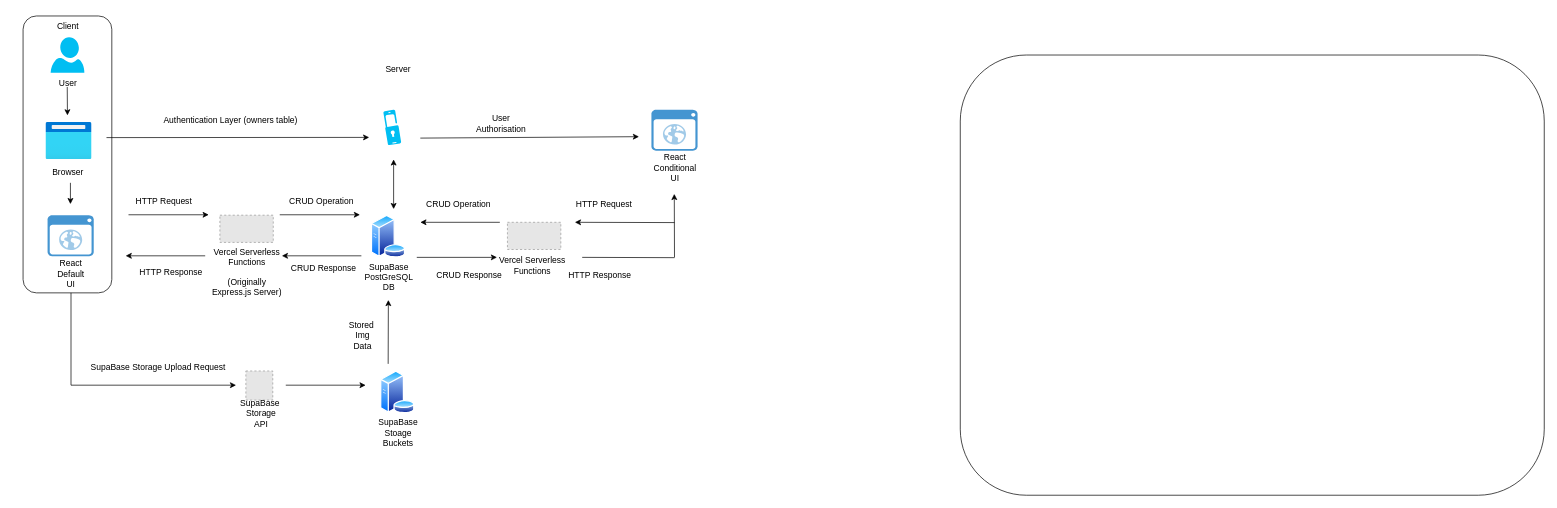
Before: plan/AppFlow.drawio in jacobfield/pawsome-walks, a draw.io diagram. Source tidied: cells renumbered, new cells numbered last; positions are measured from the earlier drawing's top-left corner, leaving out a move shared by most shapes. Both pictures are drawn from the tidied source at 71%, with x=0, y=0 at pixel (23, 16). Pictures stored in the file or linked from it are replaced by grey dashed boxes.
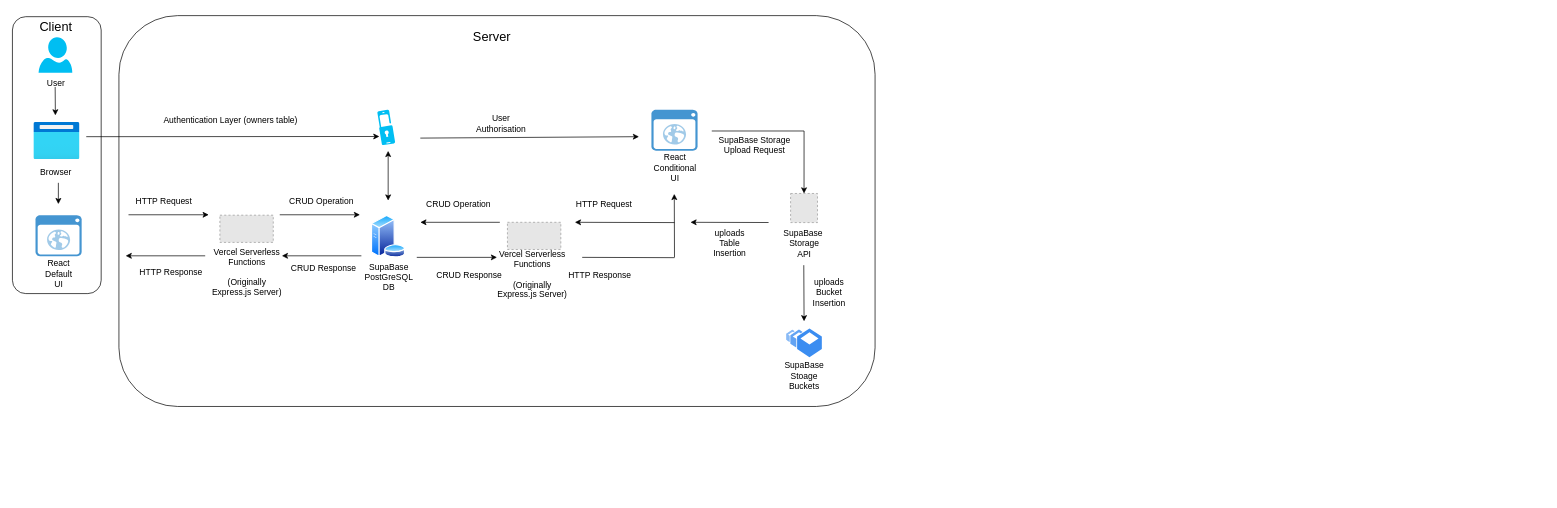
After the change.

Commit message (it also covers changes not shown here):
diagram finished?

Diff of the diagram source:
```diff
@@
     <mxCell id="2" style="rounded=1;whiteSpace=wrap;html=1;fillColor=none;" parent="1" vertex="1">
-      <mxGeometry x="1320" y="55" width="822.5" height="620" as="geometry" />
+      <mxGeometry x="135" y="-0.5" width="1065" height="550.5" as="geometry" />
     </mxCell>
-    <mxCell id="3" style="rounded=1;whiteSpace=wrap;html=1;fillColor=none;" parent="1" vertex="1">
-      <mxGeometry width="125" height="390" as="geometry" />
-    </mxCell>
@@
-    <mxCell id="7" style="endArrow=classic;html=1;" parent="1" edge="1">
-      <mxGeometry relative="1" as="geometry">
-        <mxPoint x="66.7" y="235" as="sourcePoint" />
-        <mxPoint x="66.7" y="265" as="targetPoint" />
-      </mxGeometry>
-    </mxCell>
@@
-    <mxCell id="14" value="Client" style="text;html=1;align=center;verticalAlign=middle;strokeColor=none;fillColor=none;" parent="1" vertex="1">
-      <mxGeometry x="37.5" width="50" height="30" as="geometry" />
-    </mxCell>
-    <mxCell id="15" style="verticalLabelPosition=bottom;html=1;verticalAlign=top;align=center;strokeColor=none;fillColor=#00BEF2;shape=mxgraph.azure.user;" parent="1" vertex="1">
-      <mxGeometry x="38.8" y="30" width="47.5" height="50" as="geometry" />
-    </mxCell>
-    <mxCell id="16" value="User" style="text;html=1;align=center;verticalAlign=middle;strokeColor=none;fillColor=none;" parent="1" vertex="1">
-      <mxGeometry x="37.5" y="80" width="50" height="30" as="geometry" />
-    </mxCell>
-    <mxCell id="17" style="endArrow=classic;html=1;" parent="1" edge="1">
-      <mxGeometry relative="1" as="geometry">
-        <mxPoint x="62.2" y="100" as="sourcePoint" />
-        <mxPoint x="62.5" y="140" as="targetPoint" />
-      </mxGeometry>
-    </mxCell>
@@
-    <mxCell id="21" style="shadow=0;dashed=0;html=1;strokeColor=none;fillColor=#4495D1;labelPosition=center;verticalLabelPosition=bottom;verticalAlign=top;align=center;shape=mxgraph.veeam.2d.web_ui;" parent="1" vertex="1">
-      <mxGeometry x="34.5" y="280.6" width="65" height="57.8" as="geometry" />
-    </mxCell>
-    <mxCell id="22" value="&lt;br&gt;React&lt;br&gt;Default&lt;br&gt;UI" style="text;html=1;align=center;verticalAlign=middle;strokeColor=none;fillColor=none;" parent="1" vertex="1">
-      <mxGeometry x="37" y="321" width="60" height="70" as="geometry" />
-    </mxCell>
-    <mxCell id="23" style="html=1;align=center;image;fontSize=12;image=img/lib/azure2/general/Browser.svg;" parent="1" vertex="1">
-      <mxGeometry x="32" y="150" width="65" height="52" as="geometry" />
-    </mxCell>
-    <mxCell id="24" value="Browser" style="text;html=1;align=center;verticalAlign=middle;strokeColor=none;fillColor=none;" parent="1" vertex="1">
-      <mxGeometry x="27.5" y="205" width="70" height="30" as="geometry" />
-    </mxCell>
     <mxCell id="25" style="verticalLabelPosition=bottom;html=1;verticalAlign=top;align=center;strokeColor=none;fillColor=#00BEF2;shape=mxgraph.azure.multi_factor_authentication;" parent="1" vertex="1">
-      <mxGeometry x="507.5" y="132" width="25" height="50" as="geometry" />
+      <mxGeometry x="499" y="132" width="25" height="50" as="geometry" />
     </mxCell>
@@
-    <mxCell id="27" value="Server" style="text;html=1;align=center;verticalAlign=middle;strokeColor=none;fillColor=none;" parent="1" vertex="1">
-      <mxGeometry x="497.5" y="60" width="60" height="30" as="geometry" />
+    <mxCell id="27" value="&lt;font style=&quot;font-size: 18px;&quot;&gt;Server&lt;/font&gt;" style="text;html=1;align=center;verticalAlign=middle;strokeColor=none;fillColor=none;" parent="1" vertex="1">
+      <mxGeometry x="620" y="10" width="80" height="40" as="geometry" />
     </mxCell>
-    <mxCell id="28" value="SupaBase Storage Upload Request" style="text;html=1;align=center;verticalAlign=middle;strokeColor=none;fillColor=none;" parent="1" vertex="1">
-      <mxGeometry x="84.8" y="480" width="210" height="30" as="geometry" />
+    <mxCell id="28" value="SupaBase Storage &lt;br&gt;Upload Request" style="text;html=1;align=center;verticalAlign=middle;strokeColor=none;fillColor=none;" parent="1" vertex="1">
+      <mxGeometry x="970" y="162" width="120" height="40" as="geometry" />
     </mxCell>
     <mxCell id="29" style="endArrow=none;html=1;" parent="1" edge="1">
       <mxGeometry relative="1" as="geometry">
-        <mxPoint x="67.5" y="520" as="sourcePoint" />
-        <mxPoint x="67.5" y="390" as="targetPoint" />
+        <mxPoint x="1100" y="162" as="sourcePoint" />
+        <mxPoint x="970" y="162" as="targetPoint" />
       </mxGeometry>
     </mxCell>
-    <mxCell id="30" style="group;" parent="1" vertex="1">
-      <mxGeometry x="487.5" y="500" width="80" height="115" as="geometry" />
-    </mxCell>
-    <mxCell id="31" style="perimeter=ellipsePerimeter;html=1;align=center;shadow=0;dashed=0;spacingTop=3;image;image=img/lib/active_directory/database_server.svg;" parent="30" vertex="1">
-      <mxGeometry x="15.4" width="49.2" height="60" as="geometry" />
-    </mxCell>
-    <mxCell id="32" value="&lt;br&gt;SupaBase &lt;br&gt;Stoage &lt;br&gt;Buckets" style="text;html=1;align=center;verticalAlign=middle;strokeColor=none;fillColor=none;" parent="30" vertex="1">
-      <mxGeometry y="45" width="80" height="70" as="geometry" />
-    </mxCell>
-    <mxCell id="33" style="endArrow=classic;html=1;" parent="1" edge="1">
-      <mxGeometry relative="1" as="geometry">
-        <mxPoint x="514.2" y="490" as="sourcePoint" />
-        <mxPoint x="514.5" y="400" as="targetPoint" />
-      </mxGeometry>
-    </mxCell>
-    <mxCell id="34" value="Stored&amp;nbsp;&lt;br&gt;Img&lt;br&gt;Data" style="text;html=1;align=center;verticalAlign=middle;strokeColor=none;fillColor=none;" parent="1" vertex="1">
-      <mxGeometry x="447.5" y="420" width="60" height="60" as="geometry" />
+    <mxCell id="34" value="uploads&lt;br&gt;Table&lt;br&gt;Insertion" style="text;html=1;align=center;verticalAlign=middle;strokeColor=none;fillColor=none;" parent="1" vertex="1">
+      <mxGeometry x="960" y="290" width="70" height="60" as="geometry" />
     </mxCell>
-    <mxCell id="35" style="endArrow=classic;html=1;" parent="1" edge="1">
+    <mxCell id="35" style="endArrow=classic;html=1;entryX=0.114;entryY=0.755;entryDx=0;entryDy=0;entryPerimeter=0;" parent="1" edge="1" target="25">
       <mxGeometry relative="1" as="geometry">
-        <mxPoint x="117.5" y="171.3" as="sourcePoint" />
-        <mxPoint x="487.5" y="171" as="targetPoint" />
+        <mxPoint x="89" y="170" as="sourcePoint" />
       </mxGeometry>
     </mxCell>
     <mxCell id="36" style="endArrow=classic;startArrow=classic;html=1;" parent="1" edge="1">
       <mxGeometry relative="1" as="geometry">
-        <mxPoint x="521.9" y="272" as="sourcePoint" />
-        <mxPoint x="521.9" y="202" as="targetPoint" />
+        <mxPoint x="514.2" y="260" as="sourcePoint" />
+        <mxPoint x="514.2" y="190" as="targetPoint" />
       </mxGeometry>
     </mxCell>
@@
-    <mxCell id="44" value="Vercel Serverless&lt;br&gt;Functions" style="text;html=1;align=center;verticalAlign=middle;strokeColor=none;fillColor=none;" parent="1" vertex="1">
-      <mxGeometry x="657.2" y="331.8" width="120" height="40" as="geometry" />
+    <mxCell id="44" value="Vercel Serverless&lt;br&gt;Functions&lt;br&gt;&lt;br&gt;(Originally&lt;br&gt;Express.js Server)" style="text;html=1;align=center;verticalAlign=middle;strokeColor=none;fillColor=none;" parent="1" vertex="1">
+      <mxGeometry x="657.2" y="318.9" width="120" height="90" as="geometry" />
     </mxCell>
@@
     <mxCell id="53" style="group;" parent="1" vertex="1">
-      <mxGeometry x="294.8" y="500" width="80" height="90" as="geometry" />
+      <mxGeometry x="1060" y="250" width="80" height="90" as="geometry" />
     </mxCell>
     <mxCell id="54" style="fillColor=#E6E6E6;strokeColor=#999999;dashed=1;verticalLabelPosition=bottom;labelBackgroundColor=default;verticalAlign=top;" parent="53" vertex="1">
-      <mxGeometry x="19" width="37.9" height="41" as="geometry" />
+      <mxGeometry x="21" width="37.9" height="41" as="geometry" />
     </mxCell>
     <mxCell id="55" value="SupaBase&amp;nbsp;&lt;br&gt;Storage&lt;br&gt;API" style="text;html=1;align=center;verticalAlign=middle;strokeColor=none;fillColor=none;" parent="53" vertex="1">
-      <mxGeometry y="30" width="80" height="60" as="geometry" />
+      <mxGeometry y="41" width="80" height="60" as="geometry" />
     </mxCell>
-    <mxCell id="56" style="endArrow=classic;html=1;" parent="1" edge="1">
+    <mxCell id="56" style="endArrow=classic;html=1;entryX=0.5;entryY=0;entryDx=0;entryDy=0;" parent="1" edge="1" target="54">
       <mxGeometry relative="1" as="geometry">
-        <mxPoint x="67.5" y="520" as="sourcePoint" />
-        <mxPoint x="300" y="520" as="targetPoint" />
+        <mxPoint x="1100" y="162" as="sourcePoint" />
       </mxGeometry>
     </mxCell>
     <mxCell id="57" style="endArrow=classic;html=1;" parent="1" edge="1">
       <mxGeometry relative="1" as="geometry">
-        <mxPoint x="370" y="520" as="sourcePoint" />
-        <mxPoint x="482.5" y="520" as="targetPoint" />
+        <mxPoint x="1099.6" y="351" as="sourcePoint" />
+        <mxPoint x="1100" y="430" as="targetPoint" />
       </mxGeometry>
     </mxCell>
+    <mxCell id="58" value="uploads&lt;br&gt;Bucket&lt;br&gt;Insertion" style="text;html=1;align=center;verticalAlign=middle;strokeColor=none;fillColor=none;" parent="1" vertex="1">
+      <mxGeometry x="1100" y="360" width="70" height="60" as="geometry" />
+    </mxCell>
+    <mxCell id="59" style="endArrow=classic;html=1;" parent="1" edge="1">
+      <mxGeometry relative="1" as="geometry">
+        <mxPoint x="1050" y="290.9" as="sourcePoint" />
+        <mxPoint x="940" y="290.6" as="targetPoint" />
+      </mxGeometry>
+    </mxCell>
+    <mxCell id="60" style="group;" parent="1" vertex="1">
+      <mxGeometry x="1060" y="440" width="80" height="95" as="geometry" />
+    </mxCell>
+    <mxCell id="61" style="sketch=0;html=1;strokeColor=none;shadow=0;align=center;verticalAlign=top;fillColor=#3B8DF1;shape=mxgraph.gcp2.bucket_scale;" parent="60" vertex="1">
+      <mxGeometry x="15" width="50" height="40.5" as="geometry" />
+    </mxCell>
+    <mxCell id="32" value="&lt;br&gt;SupaBase &lt;br&gt;Stoage &lt;br&gt;Buckets" style="text;html=1;align=center;verticalAlign=middle;strokeColor=none;fillColor=none;" parent="60" vertex="1">
+      <mxGeometry y="25" width="80" height="70" as="geometry" />
+    </mxCell>
+    <mxCell id="62" style="group;" parent="1" vertex="1">
+      <mxGeometry x="-15" width="125" height="391" as="geometry" />
+    </mxCell>
+    <mxCell id="3" style="rounded=1;whiteSpace=wrap;html=1;fillColor=none;" parent="62" vertex="1">
+      <mxGeometry y="1" width="125" height="390" as="geometry" />
+    </mxCell>
+    <mxCell id="7" style="endArrow=classic;html=1;" parent="62" edge="1">
+      <mxGeometry relative="1" as="geometry">
+        <mxPoint x="64.7" y="235" as="sourcePoint" />
+        <mxPoint x="64.7" y="265" as="targetPoint" />
+      </mxGeometry>
+    </mxCell>
+    <mxCell id="14" value="&lt;font style=&quot;font-size: 18px;&quot;&gt;Client&lt;/font&gt;" style="text;html=1;align=center;verticalAlign=middle;strokeColor=none;fillColor=none;" parent="62" vertex="1">
+      <mxGeometry x="25.5" y="-5" width="70" height="40" as="geometry" />
+    </mxCell>
+    <mxCell id="15" style="verticalLabelPosition=bottom;html=1;verticalAlign=top;align=center;strokeColor=none;fillColor=#00BEF2;shape=mxgraph.azure.user;" parent="62" vertex="1">
+      <mxGeometry x="36.8" y="30" width="47.5" height="50" as="geometry" />
+    </mxCell>
+    <mxCell id="16" value="User" style="text;html=1;align=center;verticalAlign=middle;strokeColor=none;fillColor=none;" parent="62" vertex="1">
+      <mxGeometry x="35.5" y="80" width="50" height="30" as="geometry" />
+    </mxCell>
+    <mxCell id="17" style="endArrow=classic;html=1;" parent="62" edge="1">
+      <mxGeometry relative="1" as="geometry">
+        <mxPoint x="60.2" y="100" as="sourcePoint" />
+        <mxPoint x="60.5" y="140" as="targetPoint" />
+      </mxGeometry>
+    </mxCell>
+    <mxCell id="21" style="shadow=0;dashed=0;html=1;strokeColor=none;fillColor=#4495D1;labelPosition=center;verticalLabelPosition=bottom;verticalAlign=top;align=center;shape=mxgraph.veeam.2d.web_ui;" parent="62" vertex="1">
+      <mxGeometry x="32.5" y="280.6" width="65" height="57.8" as="geometry" />
+    </mxCell>
+    <mxCell id="22" value="&lt;br&gt;React&lt;br&gt;Default&lt;br&gt;UI" style="text;html=1;align=center;verticalAlign=middle;strokeColor=none;fillColor=none;" parent="62" vertex="1">
+      <mxGeometry x="35" y="321" width="60" height="70" as="geometry" />
+    </mxCell>
+    <mxCell id="23" style="html=1;align=center;image;fontSize=12;image=img/lib/azure2/general/Browser.svg;" parent="62" vertex="1">
+      <mxGeometry x="30" y="150" width="65" height="52" as="geometry" />
+    </mxCell>
+    <mxCell id="24" value="Browser" style="text;html=1;align=center;verticalAlign=middle;strokeColor=none;fillColor=none;" parent="62" vertex="1">
+      <mxGeometry x="25.5" y="205" width="70" height="30" as="geometry" />
+    </mxCell>
```
